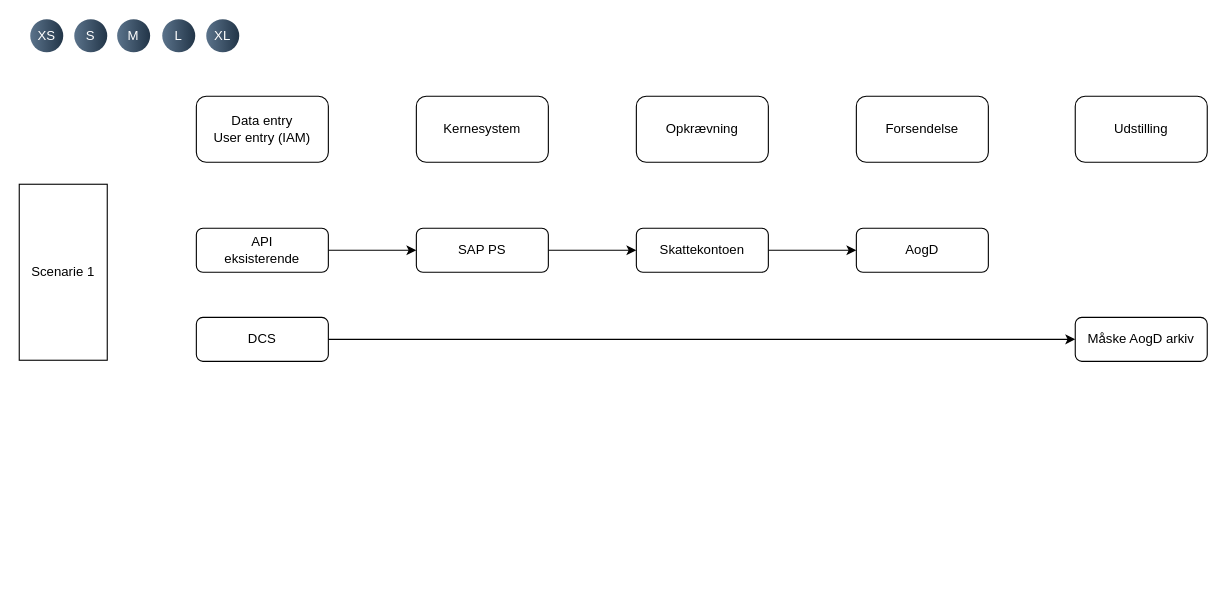
Above: page "Page-1" (1 of 2) of Flow UFST.drawio in Zaladk/drawio (draw.io), before the change. Source tidied: cells renumbered, new cells numbered last; positions are measured from the earlier drawing's top-left corner, leaving out a move shared by most shapes. Both pictures are drawn from the tidied source at 110%, with x=0, y=0 at pixel (19, 19).
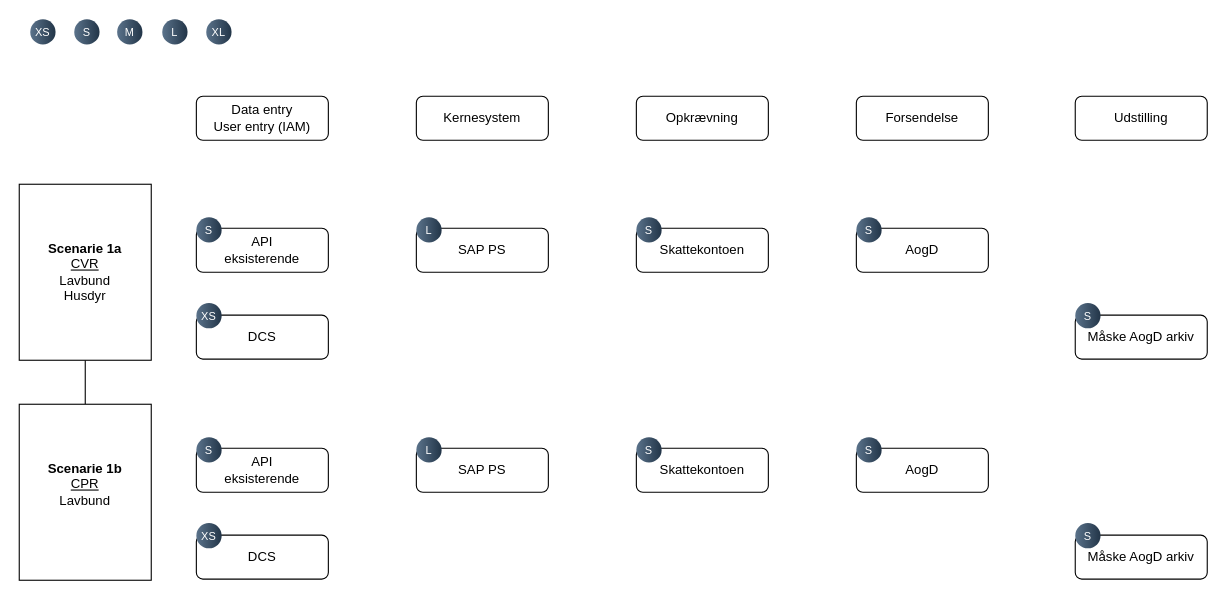
After the change.

Unchanged cells that the change refers to:
```xml
<mxCell id="8" value="API&lt;div&gt;eksisterende&lt;/div&gt;" style="rounded=1;whiteSpace=wrap;html=1;" parent="1" vertex="1">
  <mxGeometry x="161" y="190" width="120" height="40" as="geometry" />
</mxCell>
<mxCell id="10" value="SAP PS" style="rounded=1;whiteSpace=wrap;html=1;" parent="1" vertex="1">
  <mxGeometry x="361" y="190" width="120" height="40" as="geometry" />
</mxCell>
<mxCell id="13" value="Skattekontoen" style="rounded=1;whiteSpace=wrap;html=1;" parent="1" vertex="1">
  <mxGeometry x="561" y="190" width="120" height="40" as="geometry" />
</mxCell>
<mxCell id="14" value="AogD" style="rounded=1;whiteSpace=wrap;html=1;" parent="1" vertex="1">
  <mxGeometry x="761" y="190" width="120" height="40" as="geometry" />
</mxCell>
```

The edit, as a diff of the source:
```diff
@@
     <mxCell id="2" value="Data entry&lt;div&gt;User entry (IAM)&lt;/div&gt;" style="rounded=1;whiteSpace=wrap;html=1;" parent="1" vertex="1">
-      <mxGeometry x="161" y="70" width="120" height="60" as="geometry" />
+      <mxGeometry x="161" y="70" width="120" height="40" as="geometry" />
     </mxCell>
     <mxCell id="3" value="Kernesystem" style="rounded=1;whiteSpace=wrap;html=1;" parent="1" vertex="1">
-      <mxGeometry x="361" y="70" width="120" height="60" as="geometry" />
+      <mxGeometry x="361" y="70" width="120" height="40" as="geometry" />
     </mxCell>
     <mxCell id="4" value="Opkrævning" style="rounded=1;whiteSpace=wrap;html=1;" parent="1" vertex="1">
-      <mxGeometry x="561" y="70" width="120" height="60" as="geometry" />
+      <mxGeometry x="561" y="70" width="120" height="40" as="geometry" />
     </mxCell>
     <mxCell id="5" value="Forsendelse" style="rounded=1;whiteSpace=wrap;html=1;" parent="1" vertex="1">
-      <mxGeometry x="761" y="70" width="120" height="60" as="geometry" />
+      <mxGeometry x="761" y="70" width="120" height="40" as="geometry" />
     </mxCell>
+    <mxCell id="23" style="edgeStyle=orthogonalEdgeStyle;rounded=0;jettySize=auto;html=1;endArrow=none;startFill=0;" parent="1" edge="1" source="6" target="30">
+      <mxGeometry relative="1" as="geometry" />
+    </mxCell>
-    <mxCell id="6" value="Scenarie 1" style="rounded=0;whiteSpace=wrap;html=1;" parent="1" vertex="1">
-      <mxGeometry y="150" width="80" height="160" as="geometry" />
+    <mxCell id="6" value="&lt;b&gt;Scenarie 1a&lt;/b&gt;&lt;div&gt;&lt;u&gt;CVR&lt;/u&gt;&lt;/div&gt;&lt;div&gt;Lavbund&lt;/div&gt;&lt;div&gt;Husdyr&lt;/div&gt;" style="rounded=0;whiteSpace=wrap;html=1;" parent="1" vertex="1">
+      <mxGeometry y="150" width="120" height="160" as="geometry" />
     </mxCell>
-    <mxCell id="7" style="edgeStyle=orthogonalEdgeStyle;rounded=0;jettySize=auto;html=1;" parent="1" edge="1" source="8" target="10">
-      <mxGeometry relative="1" as="geometry" />
-    </mxCell>
@@
-    <mxCell id="9" style="edgeStyle=orthogonalEdgeStyle;rounded=0;jettySize=auto;html=1;" parent="1" edge="1" source="10" target="13">
-      <mxGeometry relative="1" as="geometry" />
-    </mxCell>
@@
     <mxCell id="11" value="Udstilling" style="rounded=1;whiteSpace=wrap;html=1;" parent="1" vertex="1">
-      <mxGeometry x="960" y="70" width="120" height="60" as="geometry" />
+      <mxGeometry x="960" y="70" width="120" height="40" as="geometry" />
     </mxCell>
-    <mxCell id="12" style="edgeStyle=orthogonalEdgeStyle;rounded=0;jettySize=auto;html=1;" parent="1" edge="1" source="13" target="14">
-      <mxGeometry relative="1" as="geometry" />
-    </mxCell>
@@
-    <mxCell id="15" style="edgeStyle=orthogonalEdgeStyle;rounded=0;jettySize=auto;html=1;entryX=0;entryY=0.5;entryDx=0;entryDy=0;" parent="1" edge="1" source="16" target="17">
-      <mxGeometry relative="1" as="geometry" />
-    </mxCell>
     <mxCell id="16" value="DCS" style="rounded=1;whiteSpace=wrap;html=1;" parent="1" vertex="1">
-      <mxGeometry x="161" y="271" width="120" height="40" as="geometry" />
+      <mxGeometry x="161" y="269" width="120" height="40" as="geometry" />
     </mxCell>
     <mxCell id="17" value="Måske AogD arkiv" style="rounded=1;whiteSpace=wrap;html=1;" parent="1" vertex="1">
-      <mxGeometry x="960" y="271" width="120" height="40" as="geometry" />
+      <mxGeometry x="960" y="269" width="120" height="40" as="geometry" />
     </mxCell>
-    <mxCell id="18" value="XS" style="ellipse;whiteSpace=wrap;html=1;rotation=0;gradientColor=#223548;strokeColor=none;gradientDirection=east;fillColor=#5b738b;rounded=0;fontFamily=Helvetica;fontSize=12;fontColor=#FFFFFF;spacingTop=4;spacingBottom=4;spacingLeft=4;spacingRight=4;fontStyle=0;" parent="1" vertex="1">
-      <mxGeometry x="10" width="30" height="30" as="geometry" />
+    <mxCell id="18" value="XS" style="ellipse;whiteSpace=wrap;html=1;rotation=0;gradientColor=#223548;strokeColor=none;gradientDirection=east;fillColor=#5b738b;rounded=0;fontFamily=Helvetica;fontSize=10;fontColor=#FFFFFF;spacingTop=4;spacingBottom=4;spacingLeft=4;spacingRight=4;fontStyle=0;" parent="1" vertex="1">
+      <mxGeometry x="10" width="23" height="23" as="geometry" />
     </mxCell>
-    <mxCell id="19" value="S" style="ellipse;whiteSpace=wrap;html=1;rotation=0;gradientColor=#223548;strokeColor=none;gradientDirection=east;fillColor=#5b738b;rounded=0;fontFamily=Helvetica;fontSize=12;fontColor=#FFFFFF;spacingTop=4;spacingBottom=4;spacingLeft=4;spacingRight=4;fontStyle=0;" parent="1" vertex="1">
-      <mxGeometry x="50" width="30" height="30" as="geometry" />
+    <mxCell id="19" value="S" style="ellipse;whiteSpace=wrap;html=1;rotation=0;gradientColor=#223548;strokeColor=none;gradientDirection=east;fillColor=#5b738b;rounded=0;fontFamily=Helvetica;fontSize=10;fontColor=#FFFFFF;spacingTop=4;spacingBottom=4;spacingLeft=4;spacingRight=4;fontStyle=0;" parent="1" vertex="1">
+      <mxGeometry x="50" width="23" height="23" as="geometry" />
     </mxCell>
-    <mxCell id="20" value="M" style="ellipse;whiteSpace=wrap;html=1;rotation=0;gradientColor=#223548;strokeColor=none;gradientDirection=east;fillColor=#5b738b;rounded=0;fontFamily=Helvetica;fontSize=12;fontColor=#FFFFFF;spacingTop=4;spacingBottom=4;spacingLeft=4;spacingRight=4;fontStyle=0;" parent="1" vertex="1">
-      <mxGeometry x="89" width="30" height="30" as="geometry" />
+    <mxCell id="20" value="M" style="ellipse;whiteSpace=wrap;html=1;rotation=0;gradientColor=#223548;strokeColor=none;gradientDirection=east;fillColor=#5b738b;rounded=0;fontFamily=Helvetica;fontSize=10;fontColor=#FFFFFF;spacingTop=4;spacingBottom=4;spacingLeft=4;spacingRight=4;fontStyle=0;" parent="1" vertex="1">
+      <mxGeometry x="89" width="23" height="23" as="geometry" />
     </mxCell>
-    <mxCell id="21" value="L" style="ellipse;whiteSpace=wrap;html=1;rotation=0;gradientColor=#223548;strokeColor=none;gradientDirection=east;fillColor=#5b738b;rounded=0;fontFamily=Helvetica;fontSize=12;fontColor=#FFFFFF;spacingTop=4;spacingBottom=4;spacingLeft=4;spacingRight=4;fontStyle=0;" parent="1" vertex="1">
-      <mxGeometry x="130" width="30" height="30" as="geometry" />
+    <mxCell id="21" value="L" style="ellipse;whiteSpace=wrap;html=1;rotation=0;gradientColor=#223548;strokeColor=none;gradientDirection=east;fillColor=#5b738b;rounded=0;fontFamily=Helvetica;fontSize=10;fontColor=#FFFFFF;spacingTop=4;spacingBottom=4;spacingLeft=4;spacingRight=4;fontStyle=0;" parent="1" vertex="1">
+      <mxGeometry x="130" width="23" height="23" as="geometry" />
     </mxCell>
-    <mxCell id="22" value="XL" style="ellipse;whiteSpace=wrap;html=1;rotation=0;gradientColor=#223548;strokeColor=none;gradientDirection=east;fillColor=#5b738b;rounded=0;fontFamily=Helvetica;fontSize=12;fontColor=#FFFFFF;spacingTop=4;spacingBottom=4;spacingLeft=4;spacingRight=4;fontStyle=0;" parent="1" vertex="1">
-      <mxGeometry x="170" width="30" height="30" as="geometry" />
+    <mxCell id="22" value="XL" style="ellipse;whiteSpace=wrap;html=1;rotation=0;gradientColor=#223548;strokeColor=none;gradientDirection=east;fillColor=#5b738b;rounded=0;fontFamily=Helvetica;fontSize=10;fontColor=#FFFFFF;spacingTop=4;spacingBottom=4;spacingLeft=4;spacingRight=4;fontStyle=0;" parent="1" vertex="1">
+      <mxGeometry x="170" width="23" height="23" as="geometry" />
     </mxCell>
+    <mxCell id="24" value="XS" style="ellipse;whiteSpace=wrap;html=1;rotation=0;gradientColor=#223548;strokeColor=none;gradientDirection=east;fillColor=#5b738b;rounded=0;fontFamily=Helvetica;fontSize=10;fontColor=#FFFFFF;spacingTop=4;spacingBottom=4;spacingLeft=4;spacingRight=4;fontStyle=0;" parent="1" vertex="1">
+      <mxGeometry x="161" y="258" width="23" height="23" as="geometry" />
+    </mxCell>
+    <mxCell id="25" value="S" style="ellipse;whiteSpace=wrap;html=1;rotation=0;gradientColor=#223548;strokeColor=none;gradientDirection=east;fillColor=#5b738b;rounded=0;fontFamily=Helvetica;fontSize=10;fontColor=#FFFFFF;spacingTop=4;spacingBottom=4;spacingLeft=4;spacingRight=4;fontStyle=0;" parent="1" vertex="1">
+      <mxGeometry x="161" y="180" width="23" height="23" as="geometry" />
+    </mxCell>
+    <mxCell id="26" value="L" style="ellipse;whiteSpace=wrap;html=1;rotation=0;gradientColor=#223548;strokeColor=none;gradientDirection=east;fillColor=#5b738b;rounded=0;fontFamily=Helvetica;fontSize=10;fontColor=#FFFFFF;spacingTop=4;spacingBottom=4;spacingLeft=4;spacingRight=4;fontStyle=0;" parent="1" vertex="1">
+      <mxGeometry x="361" y="180" width="23" height="23" as="geometry" />
+    </mxCell>
+    <mxCell id="27" value="S" style="ellipse;whiteSpace=wrap;html=1;rotation=0;gradientColor=#223548;strokeColor=none;gradientDirection=east;fillColor=#5b738b;rounded=0;fontFamily=Helvetica;fontSize=10;fontColor=#FFFFFF;spacingTop=4;spacingBottom=4;spacingLeft=4;spacingRight=4;fontStyle=0;" parent="1" vertex="1">
+      <mxGeometry x="761" y="180" width="23" height="23" as="geometry" />
+    </mxCell>
+    <mxCell id="28" value="S" style="ellipse;whiteSpace=wrap;html=1;rotation=0;gradientColor=#223548;strokeColor=none;gradientDirection=east;fillColor=#5b738b;rounded=0;fontFamily=Helvetica;fontSize=10;fontColor=#FFFFFF;spacingTop=4;spacingBottom=4;spacingLeft=4;spacingRight=4;fontStyle=0;" parent="1" vertex="1">
+      <mxGeometry x="561" y="180" width="23" height="23" as="geometry" />
+    </mxCell>
+    <mxCell id="29" value="S" style="ellipse;whiteSpace=wrap;html=1;rotation=0;gradientColor=#223548;strokeColor=none;gradientDirection=east;fillColor=#5b738b;rounded=0;fontFamily=Helvetica;fontSize=10;fontColor=#FFFFFF;spacingTop=4;spacingBottom=4;spacingLeft=4;spacingRight=4;fontStyle=0;" parent="1" vertex="1">
+      <mxGeometry x="960" y="258" width="23" height="23" as="geometry" />
+    </mxCell>
+    <mxCell id="30" value="&lt;b&gt;Scenarie 1b&lt;/b&gt;&lt;div&gt;&lt;u&gt;CPR&lt;/u&gt;&lt;/div&gt;&lt;div&gt;Lavbund&lt;/div&gt;&lt;div&gt;&lt;br&gt;&lt;/div&gt;" style="rounded=0;whiteSpace=wrap;html=1;" parent="1" vertex="1">
+      <mxGeometry y="350" width="120" height="160" as="geometry" />
+    </mxCell>
+    <mxCell id="31" value="API&lt;div&gt;eksisterende&lt;/div&gt;" style="rounded=1;whiteSpace=wrap;html=1;" parent="1" vertex="1">
+      <mxGeometry x="161" y="390" width="120" height="40" as="geometry" />
+    </mxCell>
+    <mxCell id="32" value="SAP PS" style="rounded=1;whiteSpace=wrap;html=1;" parent="1" vertex="1">
+      <mxGeometry x="361" y="390" width="120" height="40" as="geometry" />
+    </mxCell>
+    <mxCell id="33" value="Skattekontoen" style="rounded=1;whiteSpace=wrap;html=1;" parent="1" vertex="1">
+      <mxGeometry x="561" y="390" width="120" height="40" as="geometry" />
+    </mxCell>
+    <mxCell id="34" value="AogD" style="rounded=1;whiteSpace=wrap;html=1;" parent="1" vertex="1">
+      <mxGeometry x="761" y="390" width="120" height="40" as="geometry" />
+    </mxCell>
+    <mxCell id="35" value="DCS" style="rounded=1;whiteSpace=wrap;html=1;" parent="1" vertex="1">
+      <mxGeometry x="161" y="469" width="120" height="40" as="geometry" />
+    </mxCell>
+    <mxCell id="36" value="Måske AogD arkiv" style="rounded=1;whiteSpace=wrap;html=1;" parent="1" vertex="1">
+      <mxGeometry x="960" y="469" width="120" height="40" as="geometry" />
+    </mxCell>
+    <mxCell id="37" value="XS" style="ellipse;whiteSpace=wrap;html=1;rotation=0;gradientColor=#223548;strokeColor=none;gradientDirection=east;fillColor=#5b738b;rounded=0;fontFamily=Helvetica;fontSize=10;fontColor=#FFFFFF;spacingTop=4;spacingBottom=4;spacingLeft=4;spacingRight=4;fontStyle=0;" parent="1" vertex="1">
+      <mxGeometry x="161" y="458" width="23" height="23" as="geometry" />
+    </mxCell>
+    <mxCell id="38" value="S" style="ellipse;whiteSpace=wrap;html=1;rotation=0;gradientColor=#223548;strokeColor=none;gradientDirection=east;fillColor=#5b738b;rounded=0;fontFamily=Helvetica;fontSize=10;fontColor=#FFFFFF;spacingTop=4;spacingBottom=4;spacingLeft=4;spacingRight=4;fontStyle=0;" parent="1" vertex="1">
+      <mxGeometry x="161" y="380" width="23" height="23" as="geometry" />
+    </mxCell>
+    <mxCell id="39" value="L" style="ellipse;whiteSpace=wrap;html=1;rotation=0;gradientColor=#223548;strokeColor=none;gradientDirection=east;fillColor=#5b738b;rounded=0;fontFamily=Helvetica;fontSize=10;fontColor=#FFFFFF;spacingTop=4;spacingBottom=4;spacingLeft=4;spacingRight=4;fontStyle=0;" parent="1" vertex="1">
+      <mxGeometry x="361" y="380" width="23" height="23" as="geometry" />
+    </mxCell>
+    <mxCell id="40" value="S" style="ellipse;whiteSpace=wrap;html=1;rotation=0;gradientColor=#223548;strokeColor=none;gradientDirection=east;fillColor=#5b738b;rounded=0;fontFamily=Helvetica;fontSize=10;fontColor=#FFFFFF;spacingTop=4;spacingBottom=4;spacingLeft=4;spacingRight=4;fontStyle=0;" parent="1" vertex="1">
+      <mxGeometry x="761" y="380" width="23" height="23" as="geometry" />
+    </mxCell>
+    <mxCell id="41" value="S" style="ellipse;whiteSpace=wrap;html=1;rotation=0;gradientColor=#223548;strokeColor=none;gradientDirection=east;fillColor=#5b738b;rounded=0;fontFamily=Helvetica;fontSize=10;fontColor=#FFFFFF;spacingTop=4;spacingBottom=4;spacingLeft=4;spacingRight=4;fontStyle=0;" parent="1" vertex="1">
+      <mxGeometry x="561" y="380" width="23" height="23" as="geometry" />
+    </mxCell>
+    <mxCell id="42" value="S" style="ellipse;whiteSpace=wrap;html=1;rotation=0;gradientColor=#223548;strokeColor=none;gradientDirection=east;fillColor=#5b738b;rounded=0;fontFamily=Helvetica;fontSize=10;fontColor=#FFFFFF;spacingTop=4;spacingBottom=4;spacingLeft=4;spacingRight=4;fontStyle=0;" parent="1" vertex="1">
+      <mxGeometry x="960" y="458" width="23" height="23" as="geometry" />
+    </mxCell>
```
